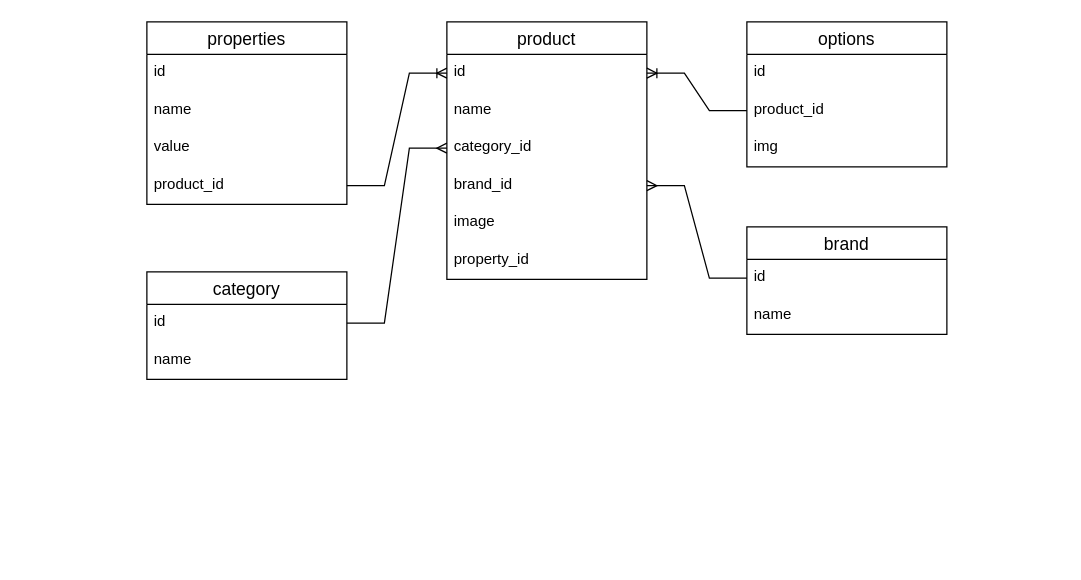
RudolphIgor/napoleon keeps this draw.io diagram as Диаграмма без названия.drawio. Above is the earlier version. Source tidied: cells renumbered, new cells numbered last; positions are measured from the earlier drawing's top-left corner, leaving out a move shared by most shapes. Both pictures are drawn from the tidied source at 125%, with x=0, y=0 at pixel (146, 21).
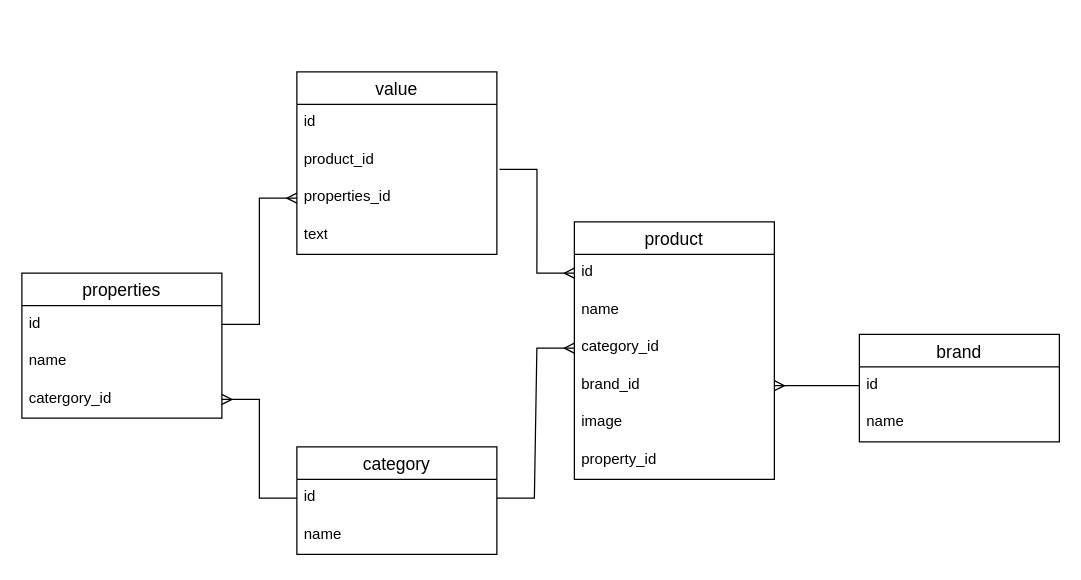
Above is the later version.

Unchanged cells that the change refers to:
```xml
<mxCell id="3" value="id" style="text;strokeColor=none;fillColor=none;spacingLeft=4;spacingRight=4;overflow=hidden;points=[[0,0.5],[1,0.5]];portConstraint=eastwest;fontSize=12;whiteSpace=wrap;html=1;" parent="2" vertex="1">
  <mxGeometry y="26" width="160" height="30" as="geometry" />
</mxCell>
<mxCell id="9" value="id" style="text;strokeColor=none;fillColor=none;spacingLeft=4;spacingRight=4;overflow=hidden;points=[[0,0.5],[1,0.5]];portConstraint=eastwest;fontSize=12;whiteSpace=wrap;html=1;" parent="8" vertex="1">
  <mxGeometry y="26" width="160" height="30" as="geometry" />
</mxCell>
<mxCell id="18" value="id" style="text;strokeColor=none;fillColor=none;spacingLeft=4;spacingRight=4;overflow=hidden;points=[[0,0.5],[1,0.5]];portConstraint=eastwest;fontSize=12;whiteSpace=wrap;html=1;" parent="17" vertex="1">
  <mxGeometry y="26" width="160" height="30" as="geometry" />
</mxCell>
```

Change to the diagram source:
```diff
@@
     <mxCell id="2" value="category" style="swimlane;fontStyle=0;horizontal=1;startSize=26;align=center;fontSize=14;" parent="1" vertex="1">
-      <mxGeometry y="200" width="160" height="86" as="geometry" />
+      <mxGeometry x="120" y="340" width="160" height="86" as="geometry" />
     </mxCell>
@@
     <mxCell id="5" value="brand" style="swimlane;fontStyle=0;horizontal=1;startSize=26;align=center;fontSize=14;" parent="1" vertex="1">
-      <mxGeometry x="480" y="164" width="160" height="86" as="geometry" />
+      <mxGeometry x="570" y="250" width="160" height="86" as="geometry" />
     </mxCell>
@@
     <mxCell id="8" value="product" style="swimlane;fontStyle=0;horizontal=1;startSize=26;align=center;fontSize=14;" parent="1" vertex="1">
-      <mxGeometry x="240" width="160" height="206" as="geometry" />
+      <mxGeometry x="342" y="160" width="160" height="206" as="geometry" />
     </mxCell>
@@
     <mxCell id="17" value="properties" style="swimlane;fontStyle=0;horizontal=1;startSize=26;align=center;fontSize=14;" parent="1" vertex="1">
-      <mxGeometry width="160" height="146" as="geometry" />
+      <mxGeometry x="-100" y="201" width="160" height="116" as="geometry" />
     </mxCell>
@@
+    <mxCell id="21" value="catergory_id" style="text;strokeColor=none;fillColor=none;spacingLeft=4;spacingRight=4;overflow=hidden;points=[[0,0.5],[1,0.5]];portConstraint=eastwest;fontSize=12;whiteSpace=wrap;html=1;" parent="17" vertex="1">
+      <mxGeometry y="86" width="160" height="30" as="geometry" />
+    </mxCell>
-    <mxCell id="20" value="value" style="text;strokeColor=none;fillColor=none;spacingLeft=4;spacingRight=4;overflow=hidden;fontSize=12;whiteSpace=wrap;html=1;" parent="17" vertex="1">
-      <mxGeometry y="86" width="160" height="30" as="geometry" />
+    <mxCell id="20" value="value" style="swimlane;fontStyle=0;horizontal=1;startSize=26;align=center;fontSize=14;" parent="1" vertex="1">
+      <mxGeometry x="120" y="40" width="160" height="146" as="geometry" />
     </mxCell>
-    <mxCell id="21" value="product_id" style="text;strokeColor=none;fillColor=none;spacingLeft=4;spacingRight=4;overflow=hidden;points=[[0,0.5],[1,0.5]];portConstraint=eastwest;fontSize=12;whiteSpace=wrap;html=1;" parent="17" vertex="1">
-      <mxGeometry y="116" width="160" height="30" as="geometry" />
-    </mxCell>
-    <mxCell id="22" style="edgeStyle=entityRelationEdgeStyle;fontSize=12;html=1;endArrow=ERoneToMany;rounded=0;" parent="1" edge="1" source="21" target="9">
-      <mxGeometry relative="1" as="geometry" />
-    </mxCell>
-    <mxCell id="23" value="options" style="swimlane;fontStyle=0;horizontal=1;startSize=26;align=center;fontSize=14;" parent="1" vertex="1">
-      <mxGeometry x="480" width="160" height="116" as="geometry" />
-    </mxCell>
-    <mxCell id="24" value="id" style="text;strokeColor=none;fillColor=none;spacingLeft=4;spacingRight=4;overflow=hidden;fontSize=12;whiteSpace=wrap;html=1;" parent="23" vertex="1">
+    <mxCell id="24" value="id" style="text;strokeColor=none;fillColor=none;spacingLeft=4;spacingRight=4;overflow=hidden;fontSize=12;whiteSpace=wrap;html=1;" parent="20" vertex="1">
       <mxGeometry y="26" width="160" height="30" as="geometry" />
     </mxCell>
-    <mxCell id="25" value="product_id" style="text;strokeColor=none;fillColor=none;spacingLeft=4;spacingRight=4;overflow=hidden;points=[[0,0.5],[1,0.5]];portConstraint=eastwest;fontSize=12;whiteSpace=wrap;html=1;" parent="23" vertex="1">
+    <mxCell id="25" value="product_id" style="text;strokeColor=none;fillColor=none;spacingLeft=4;spacingRight=4;overflow=hidden;points=[[0,0.5],[1,0.5]];portConstraint=eastwest;fontSize=12;whiteSpace=wrap;html=1;" parent="20" vertex="1">
       <mxGeometry y="56" width="160" height="30" as="geometry" />
     </mxCell>
-    <mxCell id="26" value="img" style="text;strokeColor=none;fillColor=none;spacingLeft=4;spacingRight=4;overflow=hidden;fontSize=12;whiteSpace=wrap;html=1;" parent="23" vertex="1">
-      <mxGeometry y="86" width="160" height="30" as="geometry" />
-    </mxCell>
+    <mxCell id="28" value="properties_id" style="text;strokeColor=none;fillColor=none;spacingLeft=4;spacingRight=4;overflow=hidden;points=[[0,0.5],[1,0.5]];portConstraint=eastwest;fontSize=12;whiteSpace=wrap;html=1;" parent="20" vertex="1">
+      <mxGeometry y="86" width="160" height="30" as="geometry" />
+    </mxCell>
+    <mxCell id="29" value="text" style="text;strokeColor=none;fillColor=none;spacingLeft=4;spacingRight=4;overflow=hidden;fontSize=12;whiteSpace=wrap;html=1;" parent="20" vertex="1">
+      <mxGeometry y="116" width="160" height="30" as="geometry" />
+    </mxCell>
+    <mxCell id="30" style="edgeStyle=entityRelationEdgeStyle;fontSize=12;html=1;endArrow=ERmany;rounded=0;entryX=1;entryY=0.5;entryDx=0;entryDy=0;" parent="1" edge="1" source="3" target="21">
+      <mxGeometry relative="1" as="geometry" />
+    </mxCell>
+    <mxCell id="31" style="edgeStyle=entityRelationEdgeStyle;fontSize=12;html=1;endArrow=ERmany;rounded=0;exitX=1;exitY=0.5;exitDx=0;exitDy=0;entryX=0;entryY=0.5;entryDx=0;entryDy=0;" parent="1" edge="1" source="18" target="28">
+      <mxGeometry relative="1" as="geometry">
+        <Array as="points">
+          <mxPoint x="136" y="418" />
+          <mxPoint x="-70" y="280" />
+          <mxPoint x="-70" y="430" />
+          <mxPoint x="476" y="559" />
+        </Array>
+      </mxGeometry>
+    </mxCell>
-    <mxCell id="27" style="edgeStyle=entityRelationEdgeStyle;fontSize=12;html=1;endArrow=ERoneToMany;rounded=0;" parent="1" edge="1" source="25" target="9">
+    <mxCell id="27" style="edgeStyle=entityRelationEdgeStyle;fontSize=12;html=1;endArrow=ERmany;rounded=0;exitX=1.013;exitY=0.733;exitDx=0;exitDy=0;exitPerimeter=0;entryX=0;entryY=0.5;entryDx=0;entryDy=0;" parent="1" edge="1" source="25" target="9">
       <mxGeometry relative="1" as="geometry" />
     </mxCell>
```
